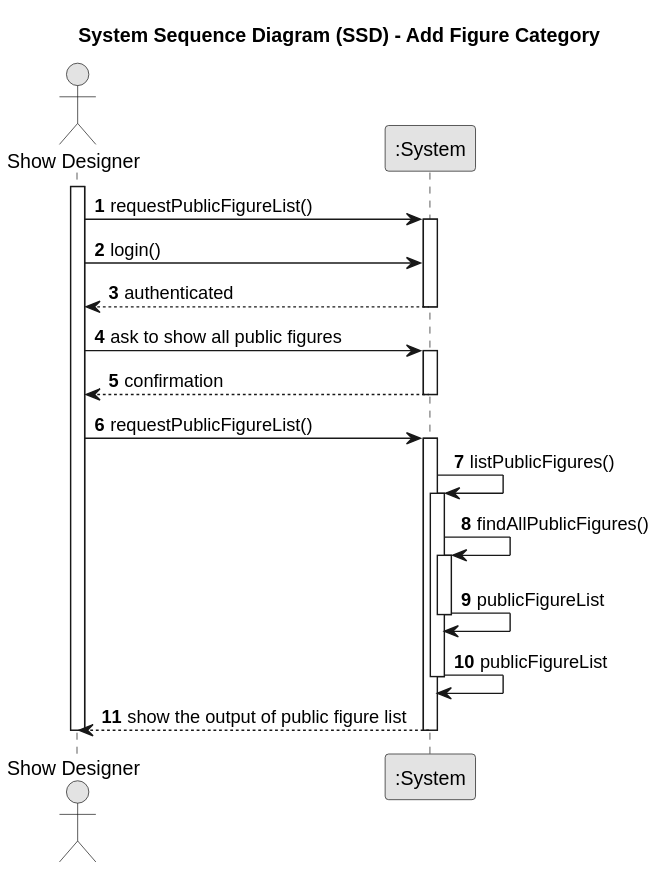
SAEmanuel/Shodrone_ISEP keeps this PlantUML diagram as docs/planning/sprint2/EAPLI/US232 - Search Figure catalogue/01.requirements-engineering/svg/us232-sequence-diagram.svg. Above is the earlier version.
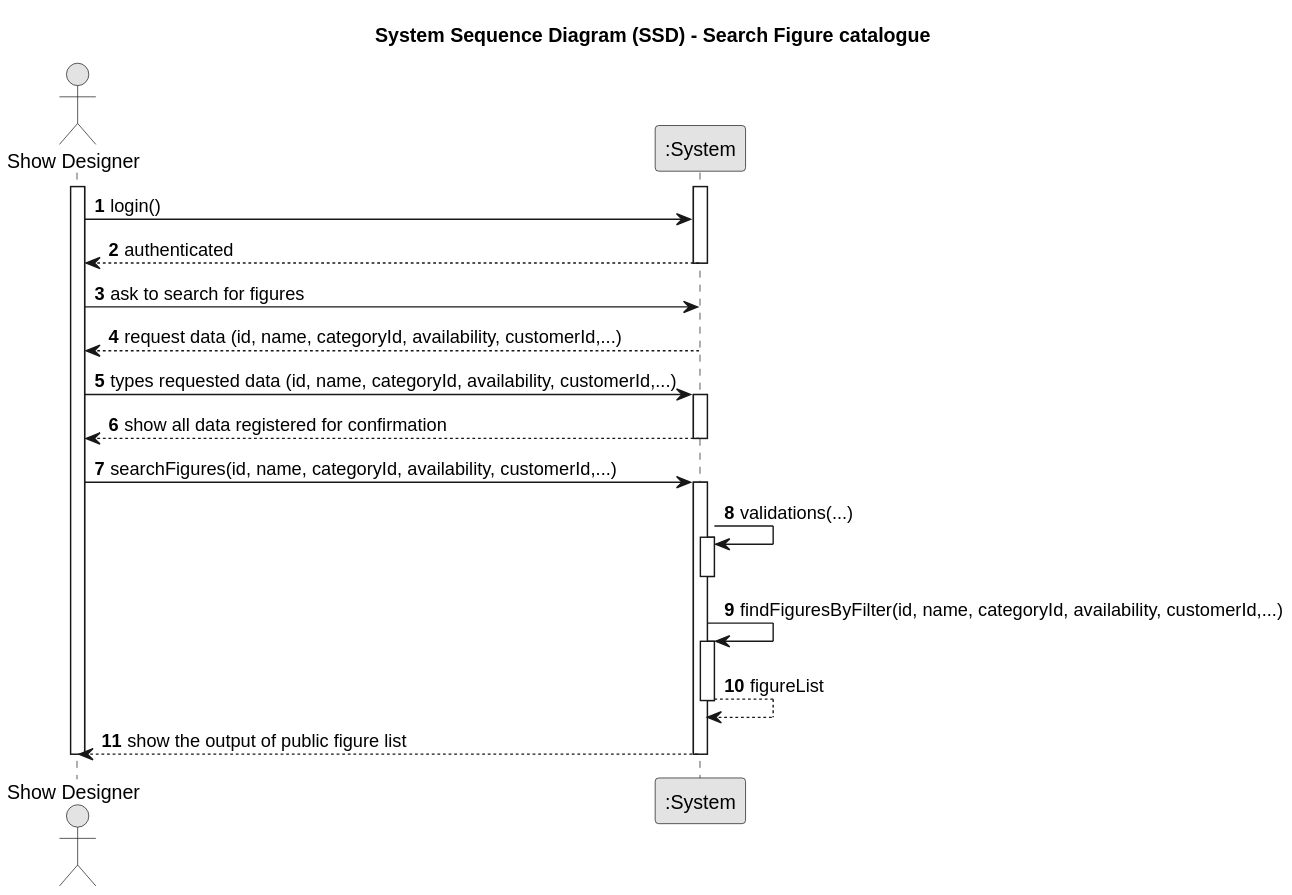
After the change.

Change to the diagram source:
```diff
@@ -3,7 +3,7 @@
 skinparam packageStyle rectangle
 skinparam shadowing false
 
-title System Sequence Diagram (SSD) - Add Figure Category
+title System Sequence Diagram (SSD) - Search Figure catalogue
 
 autonumber
 
@@ -12,36 +12,40 @@
 
 activate SD
 
-SD -> System: requestPublicFigureList()
-    activate System
+activate System
 
     SD -> System: login()
     System --> SD: authenticated
 
     deactivate System
-    SD -> System: ask to show all public figures
+    SD -> System: ask to search for figures
+
+    System --> SD: request data (id, name, categoryId, availability, customerId,...)
+    deactivate System
+    SD -> System: types requested data (id, name, categoryId, availability, customerId,...)
 
     activate System
 
-    System --> SD: confirmation
+    System --> SD: show all data registered for confirmation
     deactivate System
 
-    SD -> System: requestPublicFigureList()
+    SD -> System: searchFigures(id, name, categoryId, availability, customerId,...)
+    activate System
 
-    activate System
-        System -> System: listPublicFigures()
+        System -> System: validations(...)
         activate System
 
-        System -> System: findAllPublicFigures()
+        deactivate System
+
+        System -> System: findFiguresByFilter(id, name, categoryId, availability, customerId,...)
         activate System
 
-        System -> System: publicFigureList
+
+        System --> System: figureList
         deactivate System
 
-        System -> System: publicFigureList
-        deactivate System
 
-        System --> SD: show the output of public figure list
+    System --> SD: show the output of public figure list
     deactivate System
 deactivate SD
 @enduml
```
